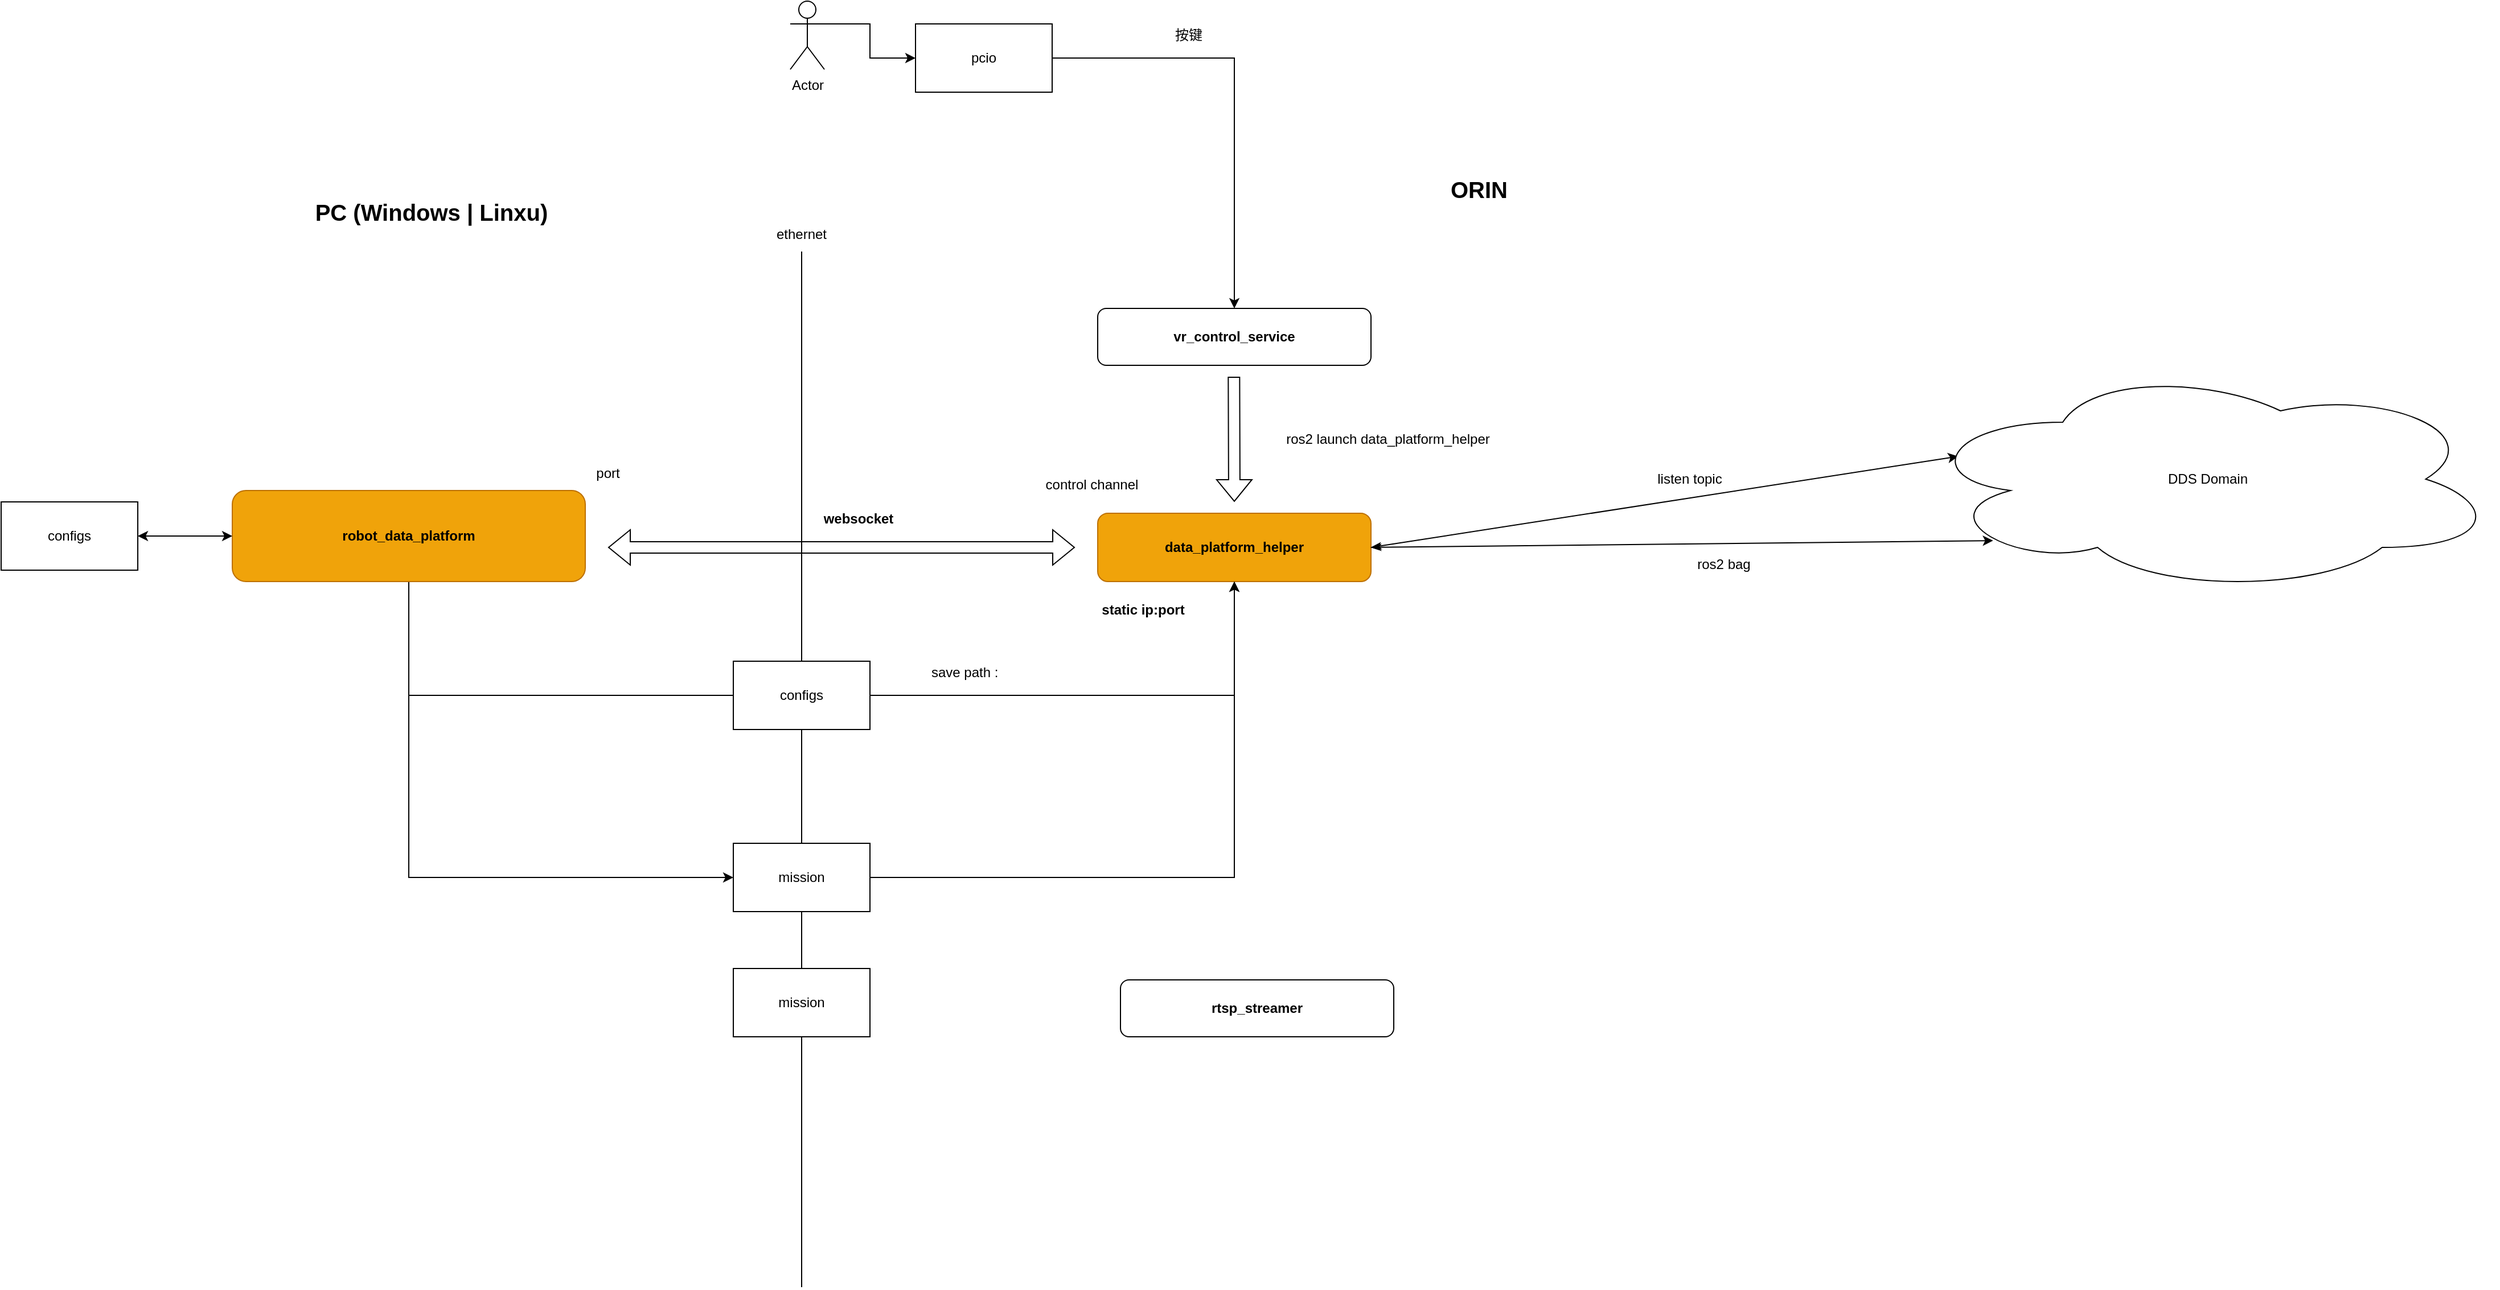
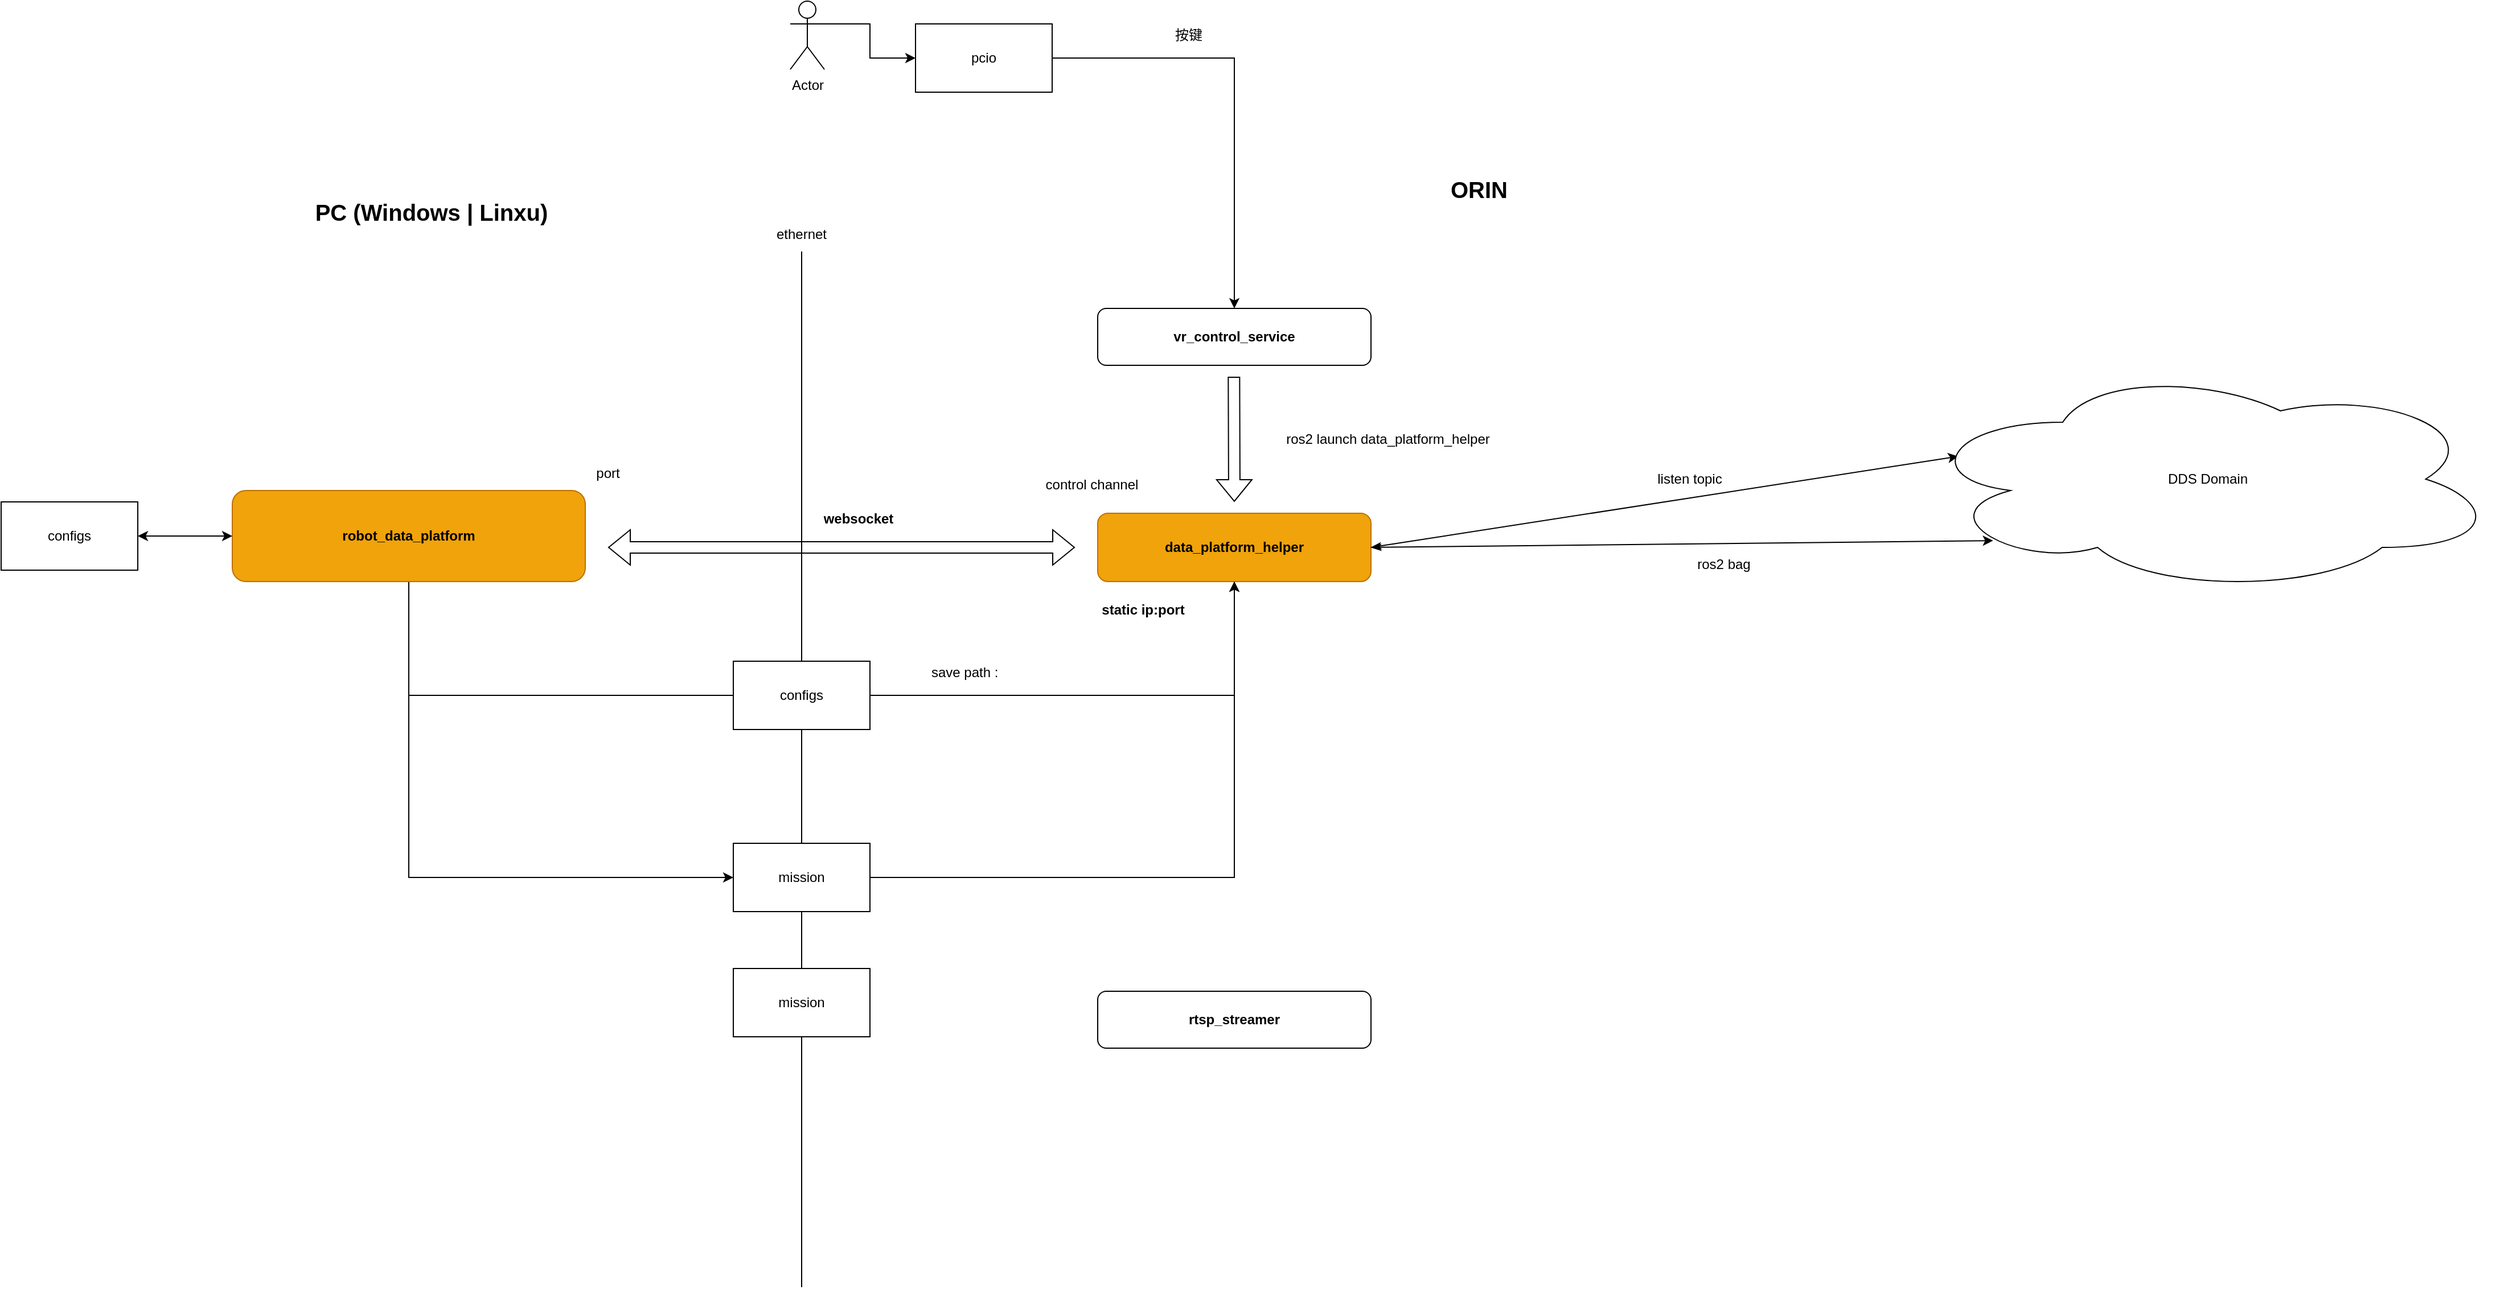
<mxfile host="app.diagrams.net" pages="2">
  <diagram name="第 1 页" id="ybuJFLsuspTRZjUBc2Sj">
    <mxGraphModel dx="2183" dy="720" grid="1" gridSize="10" guides="1" tooltips="1" connect="1" arrows="1" fold="1" page="1" pageScale="1" pageWidth="827" pageHeight="1169" math="0" shadow="0">
      <root>
        <mxCell id="0" />
        <mxCell id="1" parent="0" />
        <mxCell id="PG_7JgB4xY41xIrBQNpI-2" parent="1" style="text;html=1;whiteSpace=wrap;strokeColor=none;fillColor=none;align=center;verticalAlign=middle;rounded=0;fontStyle=1;fontSize=20;" value="ORIN" vertex="1">
          <mxGeometry height="50" width="250" x="640" y="150" as="geometry" />
        </mxCell>
        <mxCell id="PG_7JgB4xY41xIrBQNpI-3" edge="1" parent="1" source="PG_7JgB4xY41xIrBQNpI-25" style="endArrow=none;html=1;rounded=0;" value="">
          <mxGeometry height="50" relative="1" width="50" as="geometry">
            <mxPoint x="170" y="1140" as="sourcePoint" />
            <mxPoint x="170" y="230" as="targetPoint" />
          </mxGeometry>
        </mxCell>
        <mxCell id="PG_7JgB4xY41xIrBQNpI-4" parent="1" style="rounded=1;whiteSpace=wrap;html=1;fontStyle=1;fillColor=#f0a30a;fontColor=#000000;strokeColor=#BD7000;" value="data_platform_helper" vertex="1">
          <mxGeometry height="60" width="240" x="430" y="460" as="geometry" />
        </mxCell>
        <mxCell id="PG_7JgB4xY41xIrBQNpI-6" parent="1" style="rounded=1;whiteSpace=wrap;html=1;fontStyle=1" value="vr_control_service" vertex="1">
          <mxGeometry height="50" width="240" x="430" y="280" as="geometry" />
        </mxCell>
        <mxCell id="PG_7JgB4xY41xIrBQNpI-26" edge="1" parent="1" source="PG_7JgB4xY41xIrBQNpI-7" style="edgeStyle=orthogonalEdgeStyle;rounded=0;orthogonalLoop=1;jettySize=auto;html=1;exitX=0.5;exitY=1;exitDx=0;exitDy=0;entryX=0.5;entryY=1;entryDx=0;entryDy=0;" target="PG_7JgB4xY41xIrBQNpI-4">
          <mxGeometry relative="1" as="geometry">
            <Array as="points">
              <mxPoint x="-175" y="620" />
              <mxPoint x="550" y="620" />
            </Array>
            <mxPoint x="380" y="730" as="targetPoint" />
          </mxGeometry>
        </mxCell>
        <mxCell id="PG_7JgB4xY41xIrBQNpI-33" edge="1" parent="1" source="PG_7JgB4xY41xIrBQNpI-7" style="edgeStyle=orthogonalEdgeStyle;rounded=0;orthogonalLoop=1;jettySize=auto;html=1;exitX=0.5;exitY=1;exitDx=0;exitDy=0;entryX=0;entryY=0.5;entryDx=0;entryDy=0;" target="PG_7JgB4xY41xIrBQNpI-32">
          <mxGeometry relative="1" as="geometry" />
        </mxCell>
        <mxCell id="PG_7JgB4xY41xIrBQNpI-7" parent="1" style="rounded=1;whiteSpace=wrap;html=1;fontStyle=1;fillColor=#f0a30a;fontColor=#000000;strokeColor=#BD7000;" value="robot_data_platform" vertex="1">
          <mxGeometry height="80" width="310" x="-330" y="440" as="geometry" />
        </mxCell>
        <mxCell id="PG_7JgB4xY41xIrBQNpI-8" parent="1" style="text;html=1;whiteSpace=wrap;strokeColor=none;fillColor=none;align=center;verticalAlign=middle;rounded=0;fontStyle=1;fontSize=20;" value="PC (Windows | Linxu)" vertex="1">
          <mxGeometry height="50" width="250" x="-280" y="170" as="geometry" />
        </mxCell>
        <mxCell id="PG_7JgB4xY41xIrBQNpI-10" edge="1" parent="1" style="shape=flexArrow;endArrow=classic;startArrow=classic;html=1;rounded=0;" value="">
          <mxGeometry height="100" relative="1" width="100" as="geometry">
            <mxPoint y="490" as="sourcePoint" />
            <mxPoint x="410" y="490" as="targetPoint" />
          </mxGeometry>
        </mxCell>
        <mxCell id="PG_7JgB4xY41xIrBQNpI-12" edge="1" parent="1" style="shape=flexArrow;endArrow=classic;html=1;rounded=0;" value="">
          <mxGeometry height="50" relative="1" width="50" as="geometry">
            <mxPoint x="549.66" y="340" as="sourcePoint" />
            <mxPoint x="550" y="450" as="targetPoint" />
          </mxGeometry>
        </mxCell>
        <mxCell id="PG_7JgB4xY41xIrBQNpI-13" parent="1" style="text;html=1;whiteSpace=wrap;strokeColor=none;fillColor=none;align=center;verticalAlign=middle;rounded=0;fontStyle=1" value="websocket" vertex="1">
          <mxGeometry height="30" width="80" x="180" y="450" as="geometry" />
        </mxCell>
        <mxCell id="PG_7JgB4xY41xIrBQNpI-14" parent="1" style="text;html=1;whiteSpace=wrap;strokeColor=none;fillColor=none;align=center;verticalAlign=middle;rounded=0;" value="ethernet" vertex="1">
          <mxGeometry height="30" width="60" x="140" y="200" as="geometry" />
        </mxCell>
        <mxCell id="PG_7JgB4xY41xIrBQNpI-18" edge="1" parent="1" source="PG_7JgB4xY41xIrBQNpI-15" style="edgeStyle=orthogonalEdgeStyle;rounded=0;orthogonalLoop=1;jettySize=auto;html=1;exitX=1;exitY=0.3333333333333333;exitDx=0;exitDy=0;exitPerimeter=0;entryX=0;entryY=0.5;entryDx=0;entryDy=0;" target="PG_7JgB4xY41xIrBQNpI-16">
          <mxGeometry relative="1" as="geometry" />
        </mxCell>
        <mxCell id="PG_7JgB4xY41xIrBQNpI-15" parent="1" style="shape=umlActor;verticalLabelPosition=bottom;verticalAlign=top;html=1;outlineConnect=0;" value="Actor" vertex="1">
          <mxGeometry height="60" width="30" x="160" y="10" as="geometry" />
        </mxCell>
        <mxCell id="PG_7JgB4xY41xIrBQNpI-19" edge="1" parent="1" source="PG_7JgB4xY41xIrBQNpI-16" style="edgeStyle=orthogonalEdgeStyle;rounded=0;orthogonalLoop=1;jettySize=auto;html=1;exitX=1;exitY=0.5;exitDx=0;exitDy=0;entryX=0.5;entryY=0;entryDx=0;entryDy=0;" target="PG_7JgB4xY41xIrBQNpI-6">
          <mxGeometry relative="1" as="geometry" />
        </mxCell>
        <mxCell id="PG_7JgB4xY41xIrBQNpI-16" parent="1" style="whiteSpace=wrap;html=1;" value="pcio" vertex="1">
          <mxGeometry height="60" width="120" x="270" y="30" as="geometry" />
        </mxCell>
        <mxCell id="PG_7JgB4xY41xIrBQNpI-20" parent="1" style="text;html=1;whiteSpace=wrap;strokeColor=none;fillColor=none;align=center;verticalAlign=middle;rounded=0;" value="ros2 launch data_platform_helper" vertex="1">
          <mxGeometry height="30" width="230" x="570" y="380" as="geometry" />
        </mxCell>
        <mxCell id="PG_7JgB4xY41xIrBQNpI-21" parent="1" style="text;html=1;whiteSpace=wrap;strokeColor=none;fillColor=none;align=center;verticalAlign=middle;rounded=0;" value="control channel" vertex="1">
          <mxGeometry height="30" width="110" x="370" y="420" as="geometry" />
        </mxCell>
        <mxCell id="PG_7JgB4xY41xIrBQNpI-22" parent="1" style="text;html=1;whiteSpace=wrap;strokeColor=none;fillColor=none;align=center;verticalAlign=middle;rounded=0;" value="port" vertex="1">
          <mxGeometry height="30" width="60" x="-30" y="410" as="geometry" />
        </mxCell>
        <mxCell id="PG_7JgB4xY41xIrBQNpI-23" parent="1" style="text;html=1;whiteSpace=wrap;strokeColor=none;fillColor=none;align=center;verticalAlign=middle;rounded=0;fontStyle=1" value="static ip:port" vertex="1">
          <mxGeometry height="30" width="100" x="420" y="530" as="geometry" />
        </mxCell>
        <mxCell id="PG_7JgB4xY41xIrBQNpI-28" edge="1" parent="1" source="PG_7JgB4xY41xIrBQNpI-4" style="endArrow=classic;html=1;rounded=0;exitX=1;exitY=0.5;exitDx=0;exitDy=0;entryX=0.07;entryY=0.4;entryDx=0;entryDy=0;entryPerimeter=0;startArrow=classicThin;startFill=1;" target="PG_7JgB4xY41xIrBQNpI-31" value="">
          <mxGeometry height="50" relative="1" width="50" as="geometry">
            <mxPoint x="740" y="570" as="sourcePoint" />
            <mxPoint x="940" y="490" as="targetPoint" />
          </mxGeometry>
        </mxCell>
        <mxCell id="PG_7JgB4xY41xIrBQNpI-29" parent="1" style="text;html=1;whiteSpace=wrap;strokeColor=none;fillColor=none;align=center;verticalAlign=middle;rounded=0;" value="listen topic" vertex="1">
          <mxGeometry height="30" width="60" x="920" y="415" as="geometry" />
        </mxCell>
        <mxCell id="PG_7JgB4xY41xIrBQNpI-31" parent="1" style="ellipse;shape=cloud;whiteSpace=wrap;html=1;align=center;" value="DDS Domain" vertex="1">
          <mxGeometry height="200" width="510" x="1150" y="330" as="geometry" />
        </mxCell>
        <mxCell id="PG_7JgB4xY41xIrBQNpI-34" edge="1" parent="1" source="PG_7JgB4xY41xIrBQNpI-32" style="edgeStyle=orthogonalEdgeStyle;rounded=0;orthogonalLoop=1;jettySize=auto;html=1;exitX=1;exitY=0.5;exitDx=0;exitDy=0;entryX=0.5;entryY=1;entryDx=0;entryDy=0;" target="PG_7JgB4xY41xIrBQNpI-4">
          <mxGeometry relative="1" as="geometry" />
        </mxCell>
        <mxCell id="PG_7JgB4xY41xIrBQNpI-35" edge="1" parent="1" source="PG_7JgB4xY41xIrBQNpI-4" style="endArrow=classic;html=1;rounded=0;exitX=1;exitY=0.5;exitDx=0;exitDy=0;entryX=0.13;entryY=0.77;entryDx=0;entryDy=0;entryPerimeter=0;startArrow=classicThin;startFill=1;" target="PG_7JgB4xY41xIrBQNpI-31" value="">
          <mxGeometry height="50" relative="1" width="50" as="geometry">
            <mxPoint x="810" y="570" as="sourcePoint" />
            <mxPoint x="1326" y="490" as="targetPoint" />
          </mxGeometry>
        </mxCell>
        <mxCell id="PG_7JgB4xY41xIrBQNpI-36" parent="1" style="text;html=1;whiteSpace=wrap;strokeColor=none;fillColor=none;align=center;verticalAlign=middle;rounded=0;" value="ros2 bag" vertex="1">
          <mxGeometry height="30" width="60" x="950" y="490" as="geometry" />
        </mxCell>
        <mxCell id="PG_7JgB4xY41xIrBQNpI-37" parent="1" style="text;html=1;whiteSpace=wrap;strokeColor=none;fillColor=none;align=center;verticalAlign=middle;rounded=0;" value="save path :&amp;nbsp;" vertex="1">
          <mxGeometry height="30" width="130" x="250" y="585" as="geometry" />
        </mxCell>
        <mxCell id="PG_7JgB4xY41xIrBQNpI-40" edge="1" parent="1" source="PG_7JgB4xY41xIrBQNpI-39" style="edgeStyle=orthogonalEdgeStyle;rounded=0;orthogonalLoop=1;jettySize=auto;html=1;startArrow=classic;startFill=1;" target="PG_7JgB4xY41xIrBQNpI-7" value="">
          <mxGeometry relative="1" as="geometry" />
        </mxCell>
        <mxCell id="PG_7JgB4xY41xIrBQNpI-39" parent="1" style="whiteSpace=wrap;html=1;" value="configs" vertex="1">
          <mxGeometry height="60" width="120" x="-533" y="450" as="geometry" />
        </mxCell>
        <mxCell id="PG_7JgB4xY41xIrBQNpI-41" edge="1" parent="1" style="endArrow=none;html=1;rounded=0;" target="PG_7JgB4xY41xIrBQNpI-25" value="">
          <mxGeometry height="50" relative="1" width="50" as="geometry">
            <mxPoint x="170" y="1140" as="sourcePoint" />
            <mxPoint x="170" y="230" as="targetPoint" />
          </mxGeometry>
        </mxCell>
        <mxCell id="PG_7JgB4xY41xIrBQNpI-25" parent="1" style="whiteSpace=wrap;html=1;" value="configs" vertex="1">
          <mxGeometry height="60" width="120" x="110" y="590" as="geometry" />
        </mxCell>
        <mxCell id="PG_7JgB4xY41xIrBQNpI-32" parent="1" style="rounded=0;whiteSpace=wrap;html=1;" value="mission" vertex="1">
          <mxGeometry height="60" width="120" x="110" y="750" as="geometry" />
        </mxCell>
        <mxCell id="PG_7JgB4xY41xIrBQNpI-38" parent="1" style="rounded=0;whiteSpace=wrap;html=1;" value="mission" vertex="1">
          <mxGeometry height="60" width="120" x="110" y="860" as="geometry" />
        </mxCell>
        <mxCell id="PG_7JgB4xY41xIrBQNpI-42" parent="1" style="text;html=1;whiteSpace=wrap;strokeColor=none;fillColor=none;align=center;verticalAlign=middle;rounded=0;" value="按键" vertex="1">
          <mxGeometry height="30" width="60" x="480" y="25" as="geometry" />
        </mxCell>
        <mxCell id="PG_7JgB4xY41xIrBQNpI-43" parent="1" style="rounded=1;whiteSpace=wrap;html=1;fontStyle=1" value="rtsp_streamer" vertex="1">
-           <mxGeometry height="50" width="240" x="450" y="870" as="geometry" />
+           <mxGeometry height="50" width="240" x="430" y="880" as="geometry" />
        </mxCell>
      </root>
    </mxGraphModel>
  </diagram>
  <diagram id="ERyvKfnW-TPwMhuBreaX" name="第 2 页">
    <mxGraphModel dx="1122" dy="596" grid="1" gridSize="10" guides="1" tooltips="1" connect="1" arrows="1" fold="1" page="1" pageScale="1" pageWidth="827" pageHeight="1169" math="0" shadow="0">
      <root>
        <mxCell id="0" />
        <mxCell id="1" parent="0" />
        <mxCell id="Lt_kapkQ0GCsb_hZqIK--1" parent="1" style="rounded=1;whiteSpace=wrap;html=1;" value="" vertex="1">
          <mxGeometry height="60" width="120" x="40" y="280" as="geometry" />
        </mxCell>
      </root>
    </mxGraphModel>
  </diagram>
</mxfile>
